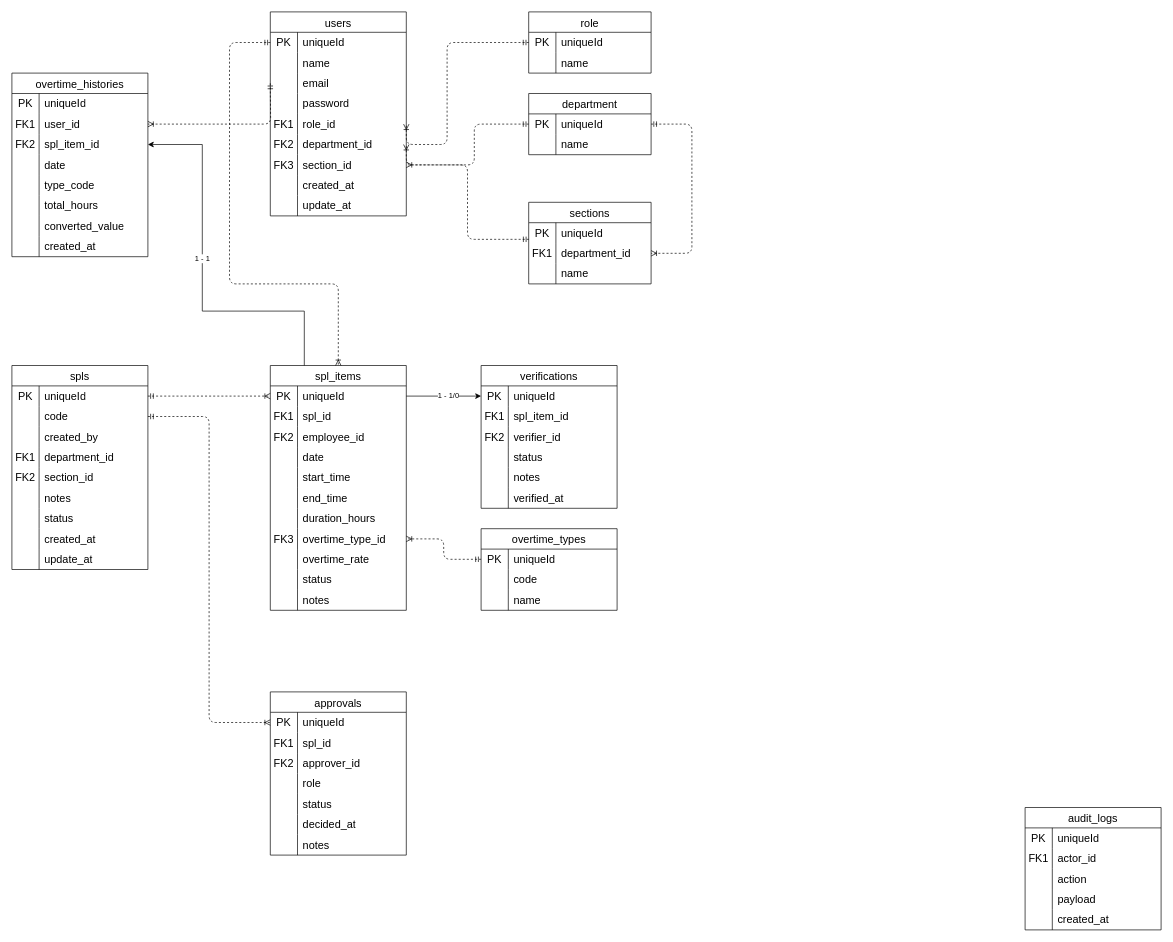
Hudha11/dbd-surat-perintah-lembur keeps this draw.io diagram as Surat Perintah Lembur.drawio. Above is the earlier version. Source tidied: cells renumbered, new cells numbered last; positions are measured from the earlier drawing's top-left corner, leaving out a move shared by most shapes. Both pictures are drawn from the tidied source at 68%, with x=0, y=0 at pixel (12, 12).
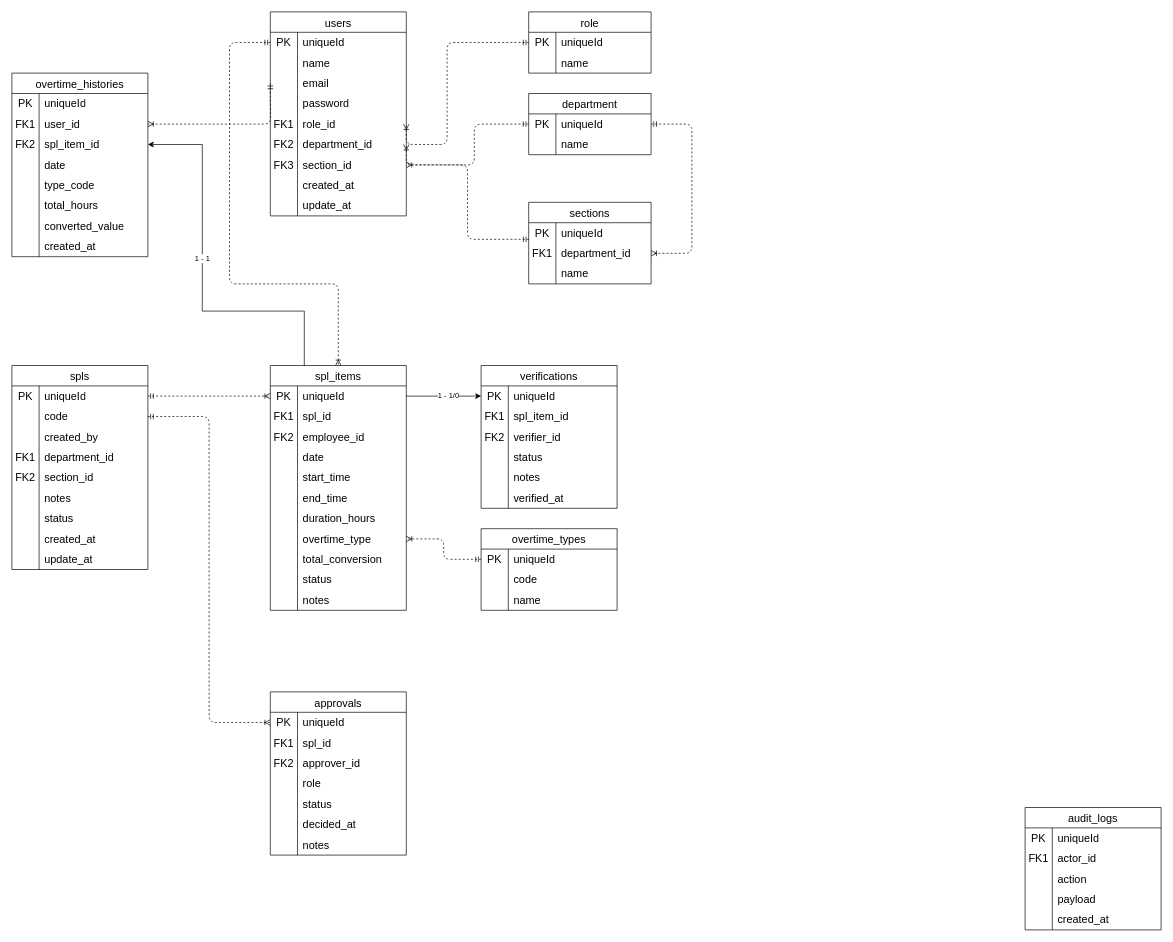
After the change.

Unchanged cells that the change refers to:
```xml
<mxCell id="109" style="shape=tableRow;horizontal=0;startSize=0;swimlaneHead=0;swimlaneBody=0;top=0;left=0;bottom=0;right=0;fillColor=none;points=[[0,0.5],[1,0.5]];portConstraint=eastwest;strokeColor=inherit;fontSize=16;" parent="87" vertex="1">
  <mxGeometry y="240" width="200" height="30" as="geometry" />
</mxCell>
<mxCell id="112" style="shape=tableRow;horizontal=0;startSize=0;swimlaneHead=0;swimlaneBody=0;top=0;left=0;bottom=0;right=0;fillColor=none;strokeColor=inherit;fontSize=16;" parent="87" vertex="1">
  <mxGeometry y="270" width="200" height="30" as="geometry" />
</mxCell>
```

Change to the diagram source:
```diff
@@
-    <mxCell id="110" value="FK3" style="shape=partialRectangle;html=1;whiteSpace=wrap;fillColor=none;top=0;left=0;bottom=0;right=0;overflow=hidden;strokeColor=inherit;fontSize=16;" parent="109" vertex="1">
+    <mxCell id="110" style="shape=partialRectangle;html=1;whiteSpace=wrap;fillColor=none;top=0;left=0;bottom=0;right=0;overflow=hidden;strokeColor=inherit;fontSize=16;" parent="109" vertex="1">
       <mxGeometry width="40" height="30" as="geometry" />
     </mxCell>
-    <mxCell id="111" value="overtime_type_id" style="shape=partialRectangle;html=1;whiteSpace=wrap;fillColor=none;top=0;left=0;bottom=0;right=0;align=left;spacingLeft=6;overflow=hidden;strokeColor=inherit;fontSize=16;" parent="109" vertex="1">
+    <mxCell id="111" value="overtime_type" style="shape=partialRectangle;html=1;whiteSpace=wrap;fillColor=none;top=0;left=0;bottom=0;right=0;align=left;spacingLeft=6;overflow=hidden;strokeColor=inherit;fontSize=16;" parent="109" vertex="1">
       <mxGeometry x="40" width="160" height="30" as="geometry" />
     </mxCell>
@@
-    <mxCell id="114" value="overtime_rate" style="shape=partialRectangle;html=1;whiteSpace=wrap;fillColor=none;top=0;left=0;bottom=0;right=0;align=left;spacingLeft=6;overflow=hidden;strokeColor=inherit;fontSize=16;" parent="112" vertex="1">
+    <mxCell id="114" value="total_conversion" style="shape=partialRectangle;html=1;whiteSpace=wrap;fillColor=none;top=0;left=0;bottom=0;right=0;align=left;spacingLeft=6;overflow=hidden;strokeColor=inherit;fontSize=16;" parent="112" vertex="1">
       <mxGeometry x="40" width="160" height="30" as="geometry" />
     </mxCell>
```
